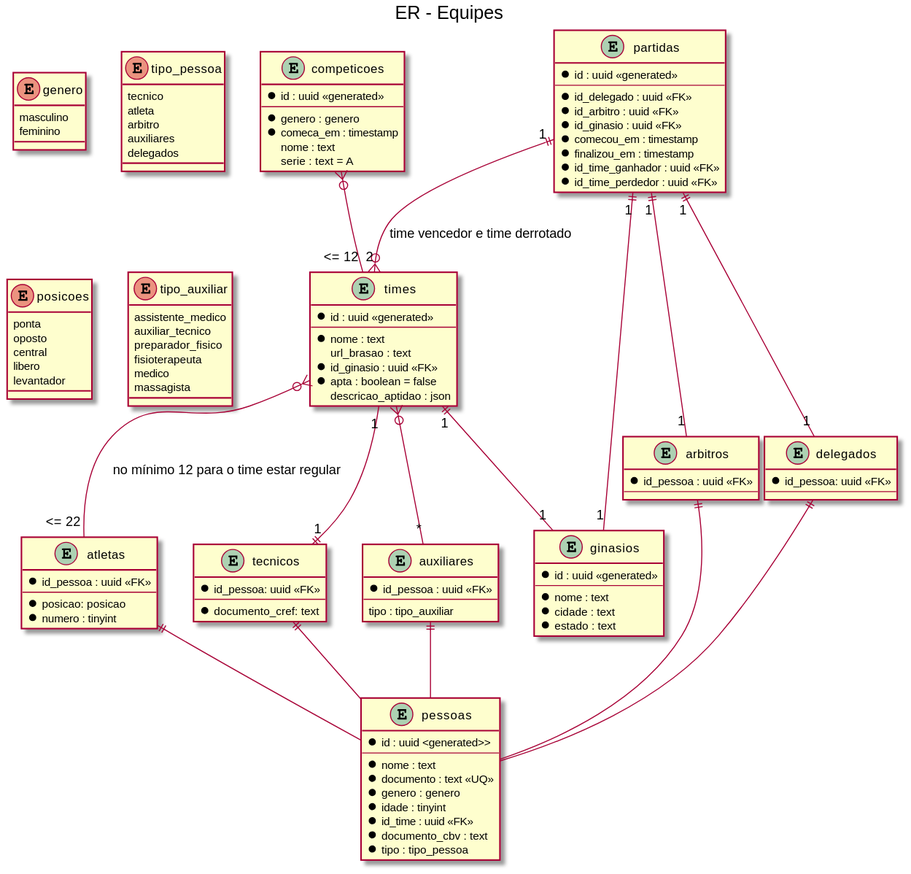
josecleiton/volleyball-api keeps this PlantUML diagram as out/docs/equipes/er.svg. Above is the earlier version.
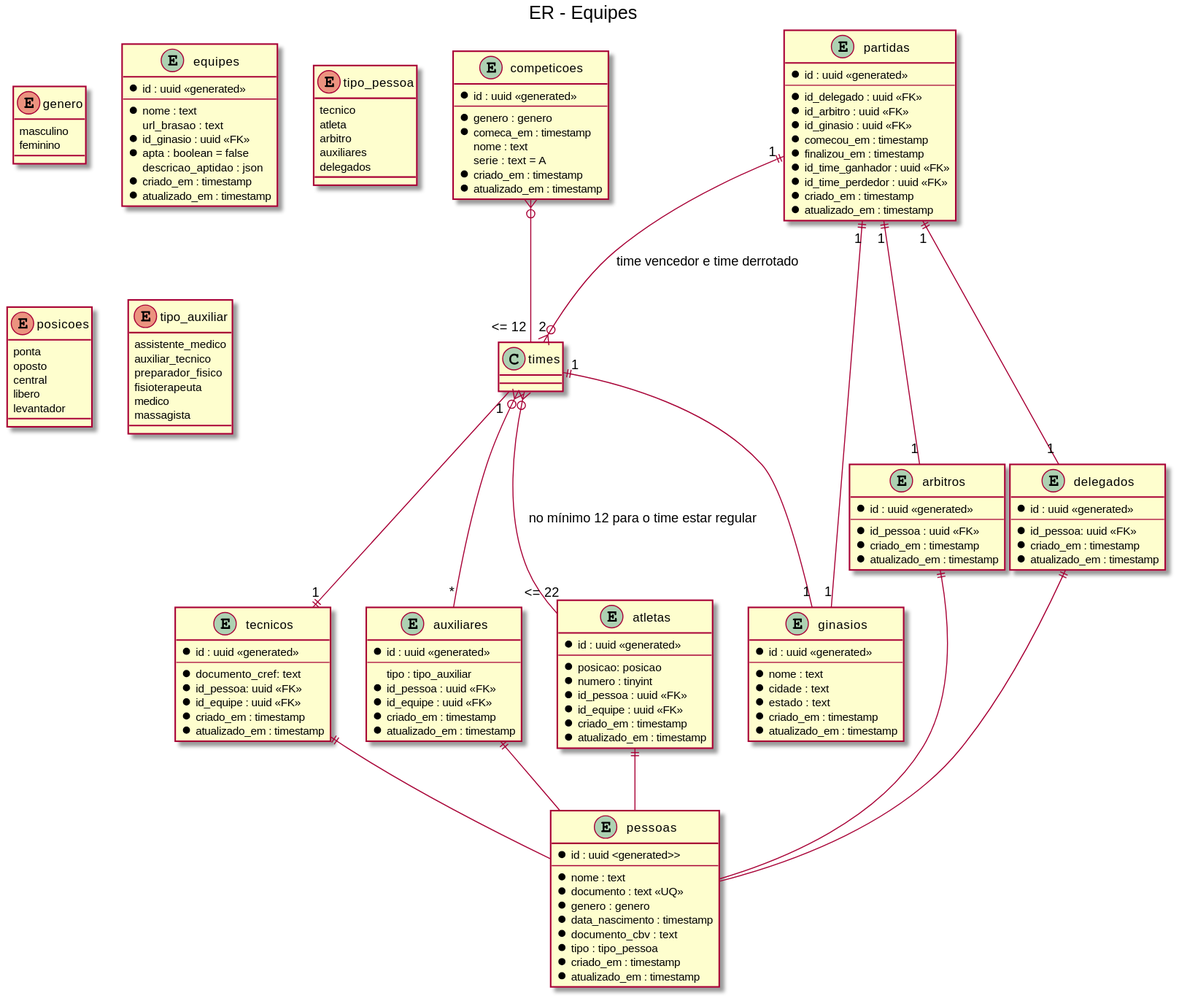
Above is the later version.

Commit message:
fix(docs): adiciona id_pessoa e id_equipe nas relações

Change to the diagram source:
```diff
@@ -13,9 +13,11 @@
 	* comeca_em : timestamp
 	nome : text
 	serie : text = A
+	* criado_em : timestamp
+	* atualizado_em : timestamp
 }
 
-entity times {
+entity equipes {
 	* id : uuid <<generated>>
 	--
 	* nome : text
@@ -23,6 +25,8 @@
 	* id_ginasio : uuid <<FK>>
 	* apta : boolean = false
 	descricao_aptidao : json
+	* criado_em : timestamp
+	* atualizado_em : timestamp
 }
 
 entity ginasios {
@@ -31,6 +35,8 @@
 	* nome : text
 	* cidade : text
 	* estado : text
+	* criado_em : timestamp
+	* atualizado_em : timestamp
 }
 
 enum tipo_pessoa {
@@ -47,10 +53,11 @@
 	* nome : text
 	* documento : text <<UQ>>
 	* genero : genero
-	* idade : tinyint
-	* id_time : uuid <<FK>>
+	* data_nascimento : timestamp
 	* documento_cbv : text
 	* tipo : tipo_pessoa
+	* criado_em : timestamp
+	* atualizado_em : timestamp
 }
 
 enum posicoes {
@@ -62,21 +69,32 @@
 }
 
 entity atletas{
-	* id_pessoa : uuid <<FK>>
+	* id : uuid <<generated>>
 	--
 	* posicao: posicao
 	* numero : tinyint
+	* id_pessoa : uuid <<FK>>
+	* id_equipe : uuid <<FK>>
+	* criado_em : timestamp
+	* atualizado_em : timestamp
 }
 
 entity tecnicos{
-	* id_pessoa: uuid <<FK>>
+	* id : uuid <<generated>>
 	--
 	* documento_cref: text
+	* id_pessoa: uuid <<FK>>
+	* id_equipe : uuid <<FK>>
+	* criado_em : timestamp
+	* atualizado_em : timestamp
 }
 
 entity arbitros {
+	* id : uuid <<generated>>
+	--
 	* id_pessoa : uuid <<FK>>
-	--
+	* criado_em : timestamp
+	* atualizado_em : timestamp
 }
 
 enum tipo_auxiliar {
@@ -89,14 +107,21 @@
 }
 
 entity auxiliares {
-	* id_pessoa : uuid <<FK>>
+	* id : uuid <<generated>>
 	--
 	tipo : tipo_auxiliar
+	* id_pessoa : uuid <<FK>>
+	* id_equipe : uuid <<FK>>
+	* criado_em : timestamp
+	* atualizado_em : timestamp
 }
 
 entity delegados {
+	* id : uuid <<generated>>
+	--
 	* id_pessoa: uuid <<FK>>
-	--
+	* criado_em : timestamp
+	* atualizado_em : timestamp
 }
 
 entity partidas {
@@ -109,6 +134,8 @@
 	* finalizou_em : timestamp
 	* id_time_ganhador : uuid <<FK>>
 	* id_time_perdedor : uuid <<FK>>
+	* criado_em : timestamp
+	* atualizado_em : timestamp
 }
 
 competicoes }o-- "<= 12" times
```
